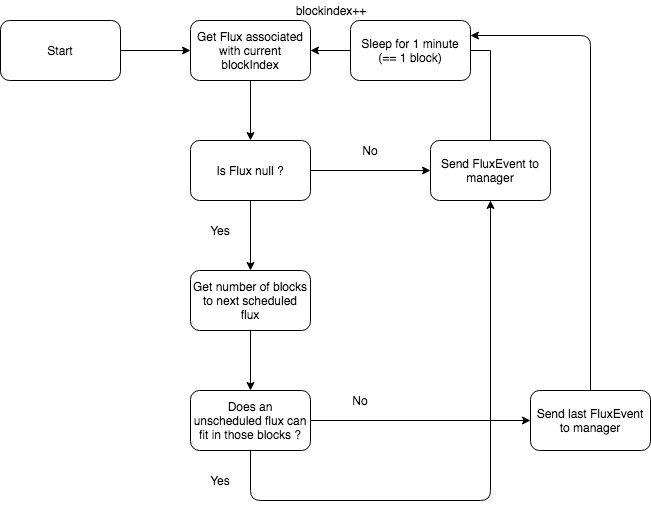
quentingigon/TB keeps this draw.io diagram as doc/rapport/schemas/runningschedulethread_algo.png. Above is the earlier version. Source tidied: cells renumbered, new cells last; positions are measured from the earlier drawing's top-left corner, leaving out a move shared by most shapes. Source of this version:
```xml
<mxGraphModel>
  <root>
    <mxCell id="0" />
    <mxCell id="1" parent="0" />
    <mxCell id="2" value="Get Flux associated with current blockIndex&lt;br&gt;" style="rounded=1;whiteSpace=wrap;html=1;" parent="1" vertex="1">
      <mxGeometry x="190" y="20" width="120" height="60" as="geometry" />
    </mxCell>
    <mxCell id="3" style="endArrow=classic;html=1;exitX=0.5;exitY=1;exitDx=0;exitDy=0;entryX=0.5;entryY=0;entryDx=0;entryDy=0;" parent="1" edge="1" source="2" target="4">
      <mxGeometry relative="1" as="geometry" />
    </mxCell>
    <mxCell id="4" value="Is Flux null ?" style="rounded=1;whiteSpace=wrap;html=1;" parent="1" vertex="1">
      <mxGeometry x="190" y="140" width="120" height="60" as="geometry" />
    </mxCell>
    <mxCell id="5" style="endArrow=classic;html=1;exitX=1;exitY=0.5;exitDx=0;exitDy=0;" parent="1" edge="1" source="4">
      <mxGeometry relative="1" as="geometry">
        <mxPoint x="430" y="170" as="targetPoint" />
      </mxGeometry>
    </mxCell>
    <mxCell id="6" style="endArrow=classic;html=1;exitX=0.5;exitY=1;exitDx=0;exitDy=0;" parent="1" edge="1" source="4">
      <mxGeometry relative="1" as="geometry">
        <mxPoint x="250" y="270" as="targetPoint" />
      </mxGeometry>
    </mxCell>
    <mxCell id="7" value="Yes&lt;br&gt;" style="text;html=1;strokeColor=none;fillColor=none;align=center;verticalAlign=middle;whiteSpace=wrap;rounded=0;" parent="1" vertex="1">
      <mxGeometry x="200" y="220" width="40" height="20" as="geometry" />
    </mxCell>
    <mxCell id="8" value="No&lt;br&gt;" style="text;html=1;strokeColor=none;fillColor=none;align=center;verticalAlign=middle;whiteSpace=wrap;rounded=0;" parent="1" vertex="1">
      <mxGeometry x="350" y="140" width="40" height="20" as="geometry" />
    </mxCell>
    <mxCell id="9" style="edgeStyle=orthogonalEdgeStyle;rounded=0;jettySize=auto;html=1;exitX=0.5;exitY=0;exitDx=0;exitDy=0;entryX=1;entryY=0.5;entryDx=0;entryDy=0;" parent="1" edge="1" source="10" target="2">
      <mxGeometry relative="1" as="geometry" />
    </mxCell>
    <mxCell id="10" value="Send FluxEvent to manager" style="rounded=1;whiteSpace=wrap;html=1;" parent="1" vertex="1">
      <mxGeometry x="430" y="140" width="120" height="60" as="geometry" />
    </mxCell>
    <mxCell id="11" style="endArrow=classic;html=1;exitX=1;exitY=0.5;exitDx=0;exitDy=0;entryX=0;entryY=0.5;entryDx=0;entryDy=0;" parent="1" edge="1" source="14" target="2">
      <mxGeometry relative="1" as="geometry" />
    </mxCell>
    <mxCell id="12" value="blockindex++&lt;br&gt;" style="text;html=1;strokeColor=none;fillColor=none;align=center;verticalAlign=middle;whiteSpace=wrap;rounded=0;" parent="1" vertex="1">
      <mxGeometry x="310" width="40" height="20" as="geometry" />
    </mxCell>
    <mxCell id="13" value="Sleep for 1 minute (== 1 block)" style="rounded=1;whiteSpace=wrap;html=1;" parent="1" vertex="1">
      <mxGeometry x="350" y="20" width="120" height="60" as="geometry" />
    </mxCell>
    <mxCell id="14" value="Start" style="rounded=1;whiteSpace=wrap;html=1;" parent="1" vertex="1">
      <mxGeometry y="20" width="120" height="60" as="geometry" />
    </mxCell>
    <mxCell id="15" value="Get number of blocks to next scheduled flux" style="rounded=1;whiteSpace=wrap;html=1;" parent="1" vertex="1">
      <mxGeometry x="190" y="270" width="120" height="60" as="geometry" />
    </mxCell>
    <mxCell id="16" value="Does an unscheduled flux can fit in those blocks ?" style="rounded=1;whiteSpace=wrap;html=1;" parent="1" vertex="1">
      <mxGeometry x="190" y="390" width="120" height="60" as="geometry" />
    </mxCell>
    <mxCell id="17" style="endArrow=classic;html=1;exitX=0.5;exitY=1;exitDx=0;exitDy=0;entryX=0.5;entryY=0;entryDx=0;entryDy=0;" parent="1" edge="1" source="15" target="16">
      <mxGeometry relative="1" as="geometry" />
    </mxCell>
    <mxCell id="18" style="endArrow=classic;html=1;exitX=0.5;exitY=1;exitDx=0;exitDy=0;entryX=0.5;entryY=1;entryDx=0;entryDy=0;" parent="1" edge="1" source="16" target="10">
      <mxGeometry relative="1" as="geometry">
        <Array as="points">
          <mxPoint x="250" y="500" />
          <mxPoint x="490" y="500" />
        </Array>
      </mxGeometry>
    </mxCell>
    <mxCell id="19" style="endArrow=classic;html=1;exitX=1;exitY=0.5;exitDx=0;exitDy=0;entryX=0;entryY=0.5;entryDx=0;entryDy=0;" parent="1" edge="1" source="16">
      <mxGeometry relative="1" as="geometry">
        <mxPoint x="530" y="420" as="targetPoint" />
      </mxGeometry>
    </mxCell>
    <mxCell id="20" value="No&lt;br&gt;" style="text;html=1;strokeColor=none;fillColor=none;align=center;verticalAlign=middle;whiteSpace=wrap;rounded=0;" parent="1" vertex="1">
      <mxGeometry x="340" y="390" width="40" height="20" as="geometry" />
    </mxCell>
    <mxCell id="21" value="Yes&lt;br&gt;" style="text;html=1;strokeColor=none;fillColor=none;align=center;verticalAlign=middle;whiteSpace=wrap;rounded=0;" parent="1" vertex="1">
      <mxGeometry x="200" y="470" width="40" height="20" as="geometry" />
    </mxCell>
    <mxCell id="22" value="Send last FluxEvent to manager" style="rounded=1;whiteSpace=wrap;html=1;" parent="1" vertex="1">
      <mxGeometry x="530" y="390" width="120" height="60" as="geometry" />
    </mxCell>
    <mxCell id="23" style="endArrow=classic;html=1;exitX=0.5;exitY=0;exitDx=0;exitDy=0;entryX=1;entryY=0.25;entryDx=0;entryDy=0;" parent="1" edge="1" source="22" target="13">
      <mxGeometry relative="1" as="geometry">
        <Array as="points">
          <mxPoint x="590" y="35" />
        </Array>
      </mxGeometry>
    </mxCell>
  </root>
</mxGraphModel>
```
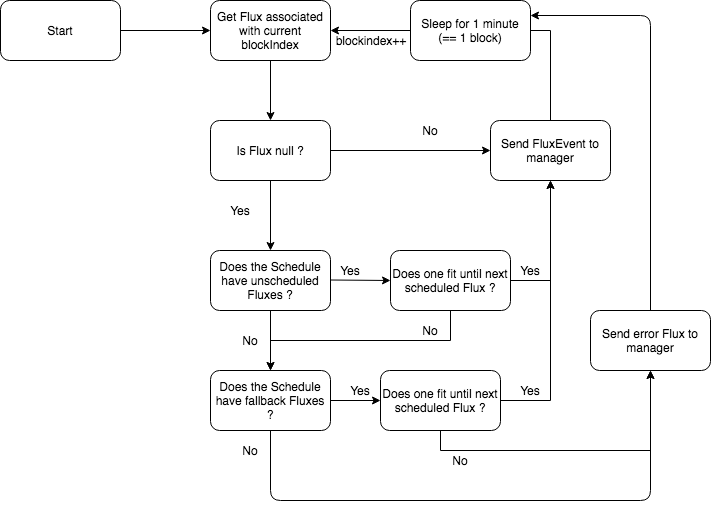
After the change.

Diff of the diagram source:
```diff
@@ -3,13 +3,13 @@
     <mxCell id="0" />
     <mxCell id="1" parent="0" />
     <mxCell id="2" value="Get Flux associated with current blockIndex&lt;br&gt;" style="rounded=1;whiteSpace=wrap;html=1;" parent="1" vertex="1">
-      <mxGeometry x="190" y="20" width="120" height="60" as="geometry" />
+      <mxGeometry x="150" y="20" width="120" height="60" as="geometry" />
     </mxCell>
     <mxCell id="3" style="endArrow=classic;html=1;exitX=0.5;exitY=1;exitDx=0;exitDy=0;entryX=0.5;entryY=0;entryDx=0;entryDy=0;" parent="1" edge="1" source="2" target="4">
       <mxGeometry relative="1" as="geometry" />
     </mxCell>
     <mxCell id="4" value="Is Flux null ?" style="rounded=1;whiteSpace=wrap;html=1;" parent="1" vertex="1">
-      <mxGeometry x="190" y="140" width="120" height="60" as="geometry" />
+      <mxGeometry x="150" y="140" width="120" height="60" as="geometry" />
     </mxCell>
     <mxCell id="5" style="endArrow=classic;html=1;exitX=1;exitY=0.5;exitDx=0;exitDy=0;" parent="1" edge="1" source="4">
       <mxGeometry relative="1" as="geometry">
@@ -18,11 +18,11 @@
     </mxCell>
     <mxCell id="6" style="endArrow=classic;html=1;exitX=0.5;exitY=1;exitDx=0;exitDy=0;" parent="1" edge="1" source="4">
       <mxGeometry relative="1" as="geometry">
-        <mxPoint x="250" y="270" as="targetPoint" />
+        <mxPoint x="210" y="270" as="targetPoint" />
       </mxGeometry>
     </mxCell>
     <mxCell id="7" value="Yes&lt;br&gt;" style="text;html=1;strokeColor=none;fillColor=none;align=center;verticalAlign=middle;whiteSpace=wrap;rounded=0;" parent="1" vertex="1">
-      <mxGeometry x="200" y="220" width="40" height="20" as="geometry" />
+      <mxGeometry x="160" y="220" width="40" height="20" as="geometry" />
     </mxCell>
     <mxCell id="8" value="No&lt;br&gt;" style="text;html=1;strokeColor=none;fillColor=none;align=center;verticalAlign=middle;whiteSpace=wrap;rounded=0;" parent="1" vertex="1">
       <mxGeometry x="350" y="140" width="40" height="20" as="geometry" />
@@ -37,44 +37,28 @@
       <mxGeometry relative="1" as="geometry" />
     </mxCell>
     <mxCell id="12" value="blockindex++&lt;br&gt;" style="text;html=1;strokeColor=none;fillColor=none;align=center;verticalAlign=middle;whiteSpace=wrap;rounded=0;" parent="1" vertex="1">
-      <mxGeometry x="310" width="40" height="20" as="geometry" />
+      <mxGeometry x="290" y="50" width="40" height="20" as="geometry" />
     </mxCell>
     <mxCell id="13" value="Sleep for 1 minute (== 1 block)" style="rounded=1;whiteSpace=wrap;html=1;" parent="1" vertex="1">
       <mxGeometry x="350" y="20" width="120" height="60" as="geometry" />
     </mxCell>
     <mxCell id="14" value="Start" style="rounded=1;whiteSpace=wrap;html=1;" parent="1" vertex="1">
-      <mxGeometry y="20" width="120" height="60" as="geometry" />
+      <mxGeometry x="-60" y="20" width="120" height="60" as="geometry" />
     </mxCell>
-    <mxCell id="15" value="Get number of blocks to next scheduled flux" style="rounded=1;whiteSpace=wrap;html=1;" parent="1" vertex="1">
-      <mxGeometry x="190" y="270" width="120" height="60" as="geometry" />
-    </mxCell>
-    <mxCell id="16" value="Does an unscheduled flux can fit in those blocks ?" style="rounded=1;whiteSpace=wrap;html=1;" parent="1" vertex="1">
-      <mxGeometry x="190" y="390" width="120" height="60" as="geometry" />
-    </mxCell>
-    <mxCell id="17" style="endArrow=classic;html=1;exitX=0.5;exitY=1;exitDx=0;exitDy=0;entryX=0.5;entryY=0;entryDx=0;entryDy=0;" parent="1" edge="1" source="15" target="16">
-      <mxGeometry relative="1" as="geometry" />
+    <mxCell id="17" style="endArrow=classic;html=1;exitX=0.5;exitY=1;exitDx=0;exitDy=0;entryX=0.5;entryY=0;entryDx=0;entryDy=0;" parent="1" edge="1">
+      <mxGeometry relative="1" as="geometry">
+        <mxPoint x="210" y="330" as="sourcePoint" />
+        <mxPoint x="210" y="390" as="targetPoint" />
+      </mxGeometry>
     </mxCell>
-    <mxCell id="18" style="endArrow=classic;html=1;exitX=0.5;exitY=1;exitDx=0;exitDy=0;entryX=0.5;entryY=1;entryDx=0;entryDy=0;" parent="1" edge="1" source="16" target="10">
-      <mxGeometry relative="1" as="geometry">
-        <Array as="points">
-          <mxPoint x="250" y="500" />
-          <mxPoint x="490" y="500" />
-        </Array>
-      </mxGeometry>
-    </mxCell>
-    <mxCell id="19" style="endArrow=classic;html=1;exitX=1;exitY=0.5;exitDx=0;exitDy=0;entryX=0;entryY=0.5;entryDx=0;entryDy=0;" parent="1" edge="1" source="16">
-      <mxGeometry relative="1" as="geometry">
-        <mxPoint x="530" y="420" as="targetPoint" />
-      </mxGeometry>
-    </mxCell>
     <mxCell id="20" value="No&lt;br&gt;" style="text;html=1;strokeColor=none;fillColor=none;align=center;verticalAlign=middle;whiteSpace=wrap;rounded=0;" parent="1" vertex="1">
-      <mxGeometry x="340" y="390" width="40" height="20" as="geometry" />
+      <mxGeometry x="170" y="350" width="40" height="20" as="geometry" />
     </mxCell>
     <mxCell id="21" value="Yes&lt;br&gt;" style="text;html=1;strokeColor=none;fillColor=none;align=center;verticalAlign=middle;whiteSpace=wrap;rounded=0;" parent="1" vertex="1">
-      <mxGeometry x="200" y="470" width="40" height="20" as="geometry" />
+      <mxGeometry x="270" y="280" width="40" height="20" as="geometry" />
     </mxCell>
-    <mxCell id="22" value="Send last FluxEvent to manager" style="rounded=1;whiteSpace=wrap;html=1;" parent="1" vertex="1">
-      <mxGeometry x="530" y="390" width="120" height="60" as="geometry" />
+    <mxCell id="22" value="Send error Flux to manager" style="rounded=1;whiteSpace=wrap;html=1;" parent="1" vertex="1">
+      <mxGeometry x="530" y="330" width="120" height="60" as="geometry" />
     </mxCell>
     <mxCell id="23" style="endArrow=classic;html=1;exitX=0.5;exitY=0;exitDx=0;exitDy=0;entryX=1;entryY=0.25;entryDx=0;entryDy=0;" parent="1" edge="1" source="22" target="13">
       <mxGeometry relative="1" as="geometry">
@@ -83,5 +67,64 @@
         </Array>
       </mxGeometry>
     </mxCell>
+    <mxCell id="24" value="Does the Schedule have unscheduled Fluxes ?" style="rounded=1;whiteSpace=wrap;html=1;" parent="1" vertex="1">
+      <mxGeometry x="150" y="270" width="120" height="60" as="geometry" />
+    </mxCell>
+    <mxCell id="25" value="Does the Schedule have fallback Fluxes ?" style="rounded=1;whiteSpace=wrap;html=1;" parent="1" vertex="1">
+      <mxGeometry x="150" y="390" width="120" height="60" as="geometry" />
+    </mxCell>
+    <mxCell id="26" style="endArrow=classic;html=1;exitX=1;exitY=0.5;exitDx=0;exitDy=0;" parent="1" edge="1">
+      <mxGeometry relative="1" as="geometry">
+        <mxPoint x="270" y="299.5" as="sourcePoint" />
+        <mxPoint x="330" y="300" as="targetPoint" />
+      </mxGeometry>
+    </mxCell>
+    <mxCell id="27" style="edgeStyle=orthogonalEdgeStyle;rounded=0;jettySize=auto;html=1;exitX=1;exitY=0.5;exitDx=0;exitDy=0;entryX=0.5;entryY=1;entryDx=0;entryDy=0;" parent="1" edge="1" source="29" target="10">
+      <mxGeometry relative="1" as="geometry" />
+    </mxCell>
+    <mxCell id="28" style="edgeStyle=orthogonalEdgeStyle;rounded=0;jettySize=auto;html=1;exitX=0.5;exitY=1;exitDx=0;exitDy=0;entryX=0.5;entryY=0;entryDx=0;entryDy=0;" parent="1" edge="1" source="29" target="25">
+      <mxGeometry relative="1" as="geometry" />
+    </mxCell>
+    <mxCell id="29" value="Does one fit until next scheduled Flux ?" style="rounded=1;whiteSpace=wrap;html=1;" parent="1" vertex="1">
+      <mxGeometry x="330" y="270" width="120" height="60" as="geometry" />
+    </mxCell>
+    <mxCell id="30" value="Yes&lt;br&gt;" style="text;html=1;strokeColor=none;fillColor=none;align=center;verticalAlign=middle;whiteSpace=wrap;rounded=0;" parent="1" vertex="1">
+      <mxGeometry x="450" y="280" width="40" height="20" as="geometry" />
+    </mxCell>
+    <mxCell id="31" value="No&lt;br&gt;" style="text;html=1;strokeColor=none;fillColor=none;align=center;verticalAlign=middle;whiteSpace=wrap;rounded=0;" parent="1" vertex="1">
+      <mxGeometry x="350" y="340" width="40" height="20" as="geometry" />
+    </mxCell>
+    <mxCell id="32" style="edgeStyle=orthogonalEdgeStyle;rounded=0;jettySize=auto;html=1;exitX=1;exitY=0.5;exitDx=0;exitDy=0;entryX=0.5;entryY=1;entryDx=0;entryDy=0;" parent="1" edge="1" source="34" target="10">
+      <mxGeometry relative="1" as="geometry" />
+    </mxCell>
+    <mxCell id="33" style="edgeStyle=orthogonalEdgeStyle;rounded=0;jettySize=auto;html=1;exitX=0.5;exitY=1;exitDx=0;exitDy=0;entryX=0.5;entryY=1;entryDx=0;entryDy=0;" parent="1" edge="1" source="34" target="22">
+      <mxGeometry relative="1" as="geometry" />
+    </mxCell>
+    <mxCell id="34" value="Does one fit until next scheduled Flux ?" style="rounded=1;whiteSpace=wrap;html=1;" parent="1" vertex="1">
+      <mxGeometry x="320" y="390" width="120" height="60" as="geometry" />
+    </mxCell>
+    <mxCell id="35" value="Yes&lt;br&gt;" style="text;html=1;strokeColor=none;fillColor=none;align=center;verticalAlign=middle;whiteSpace=wrap;rounded=0;" parent="1" vertex="1">
+      <mxGeometry x="280" y="400" width="40" height="20" as="geometry" />
+    </mxCell>
+    <mxCell id="36" style="endArrow=classic;html=1;exitX=1;exitY=0.5;exitDx=0;exitDy=0;entryX=0;entryY=0.5;entryDx=0;entryDy=0;" parent="1" edge="1" source="25" target="34">
+      <mxGeometry relative="1" as="geometry" />
+    </mxCell>
+    <mxCell id="37" style="endArrow=classic;html=1;exitX=0.5;exitY=1;exitDx=0;exitDy=0;entryX=0.5;entryY=1;entryDx=0;entryDy=0;" parent="1" edge="1" source="25" target="22">
+      <mxGeometry relative="1" as="geometry">
+        <Array as="points">
+          <mxPoint x="210" y="520" />
+          <mxPoint x="590" y="520" />
+        </Array>
+      </mxGeometry>
+    </mxCell>
+    <mxCell id="38" value="No&lt;br&gt;" style="text;html=1;strokeColor=none;fillColor=none;align=center;verticalAlign=middle;whiteSpace=wrap;rounded=0;" parent="1" vertex="1">
+      <mxGeometry x="170" y="460" width="40" height="20" as="geometry" />
+    </mxCell>
+    <mxCell id="39" value="Yes&lt;br&gt;" style="text;html=1;strokeColor=none;fillColor=none;align=center;verticalAlign=middle;whiteSpace=wrap;rounded=0;" parent="1" vertex="1">
+      <mxGeometry x="450" y="400" width="40" height="20" as="geometry" />
+    </mxCell>
+    <mxCell id="40" value="No&lt;br&gt;" style="text;html=1;strokeColor=none;fillColor=none;align=center;verticalAlign=middle;whiteSpace=wrap;rounded=0;" parent="1" vertex="1">
+      <mxGeometry x="380" y="470" width="40" height="20" as="geometry" />
+    </mxCell>
   </root>
 </mxGraphModel>
```
